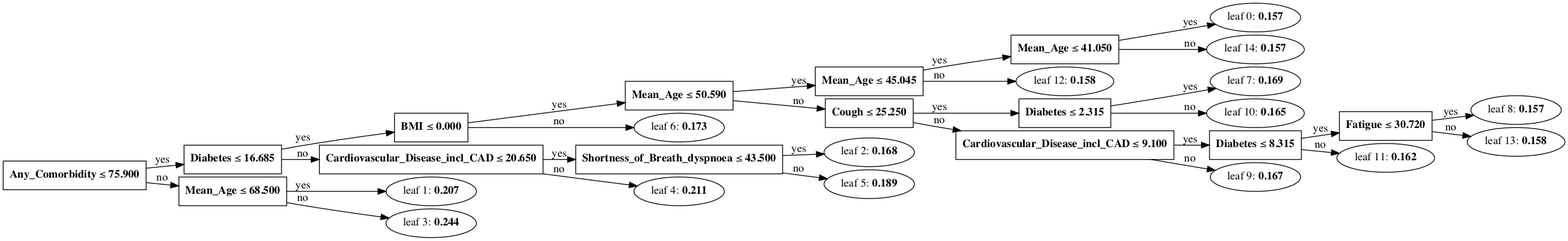
Above: Tree.gv.png in Natsuki0928/senior_project (Graphviz), before the change. Its source is kept beside it as Tree.gv.
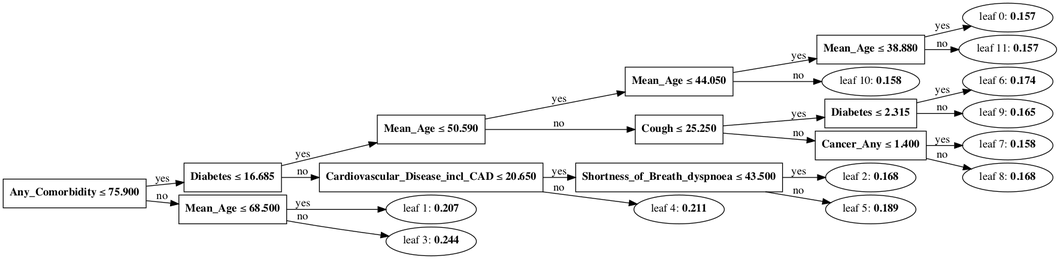
After the change.

Diff of the diagram source:
```diff
@@ -2,43 +2,31 @@
 	graph [nodesep=0.05 rankdir=LR ranksep=0.3]
 	split0 [label=<<B>Any_Comorbidity</B> &#8804; <B>75.900</B>> fillcolor=white shape=rectangle style=""]
 	split1 [label=<<B>Diabetes</B> &#8804; <B>16.685</B>> fillcolor=white shape=rectangle style=""]
-	split5 [label=<<B>BMI</B> &#8804; <B>0.000</B>> fillcolor=white shape=rectangle style=""]
-	split6 [label=<<B>Mean_Age</B> &#8804; <B>50.590</B>> fillcolor=white shape=rectangle style=""]
-	split11 [label=<<B>Mean_Age</B> &#8804; <B>45.045</B>> fillcolor=white shape=rectangle style=""]
-	split13 [label=<<B>Mean_Age</B> &#8804; <B>41.050</B>> fillcolor=white shape=rectangle style=""]
+	split5 [label=<<B>Mean_Age</B> &#8804; <B>50.590</B>> fillcolor=white shape=rectangle style=""]
+	split9 [label=<<B>Mean_Age</B> &#8804; <B>44.050</B>> fillcolor=white shape=rectangle style=""]
+	split10 [label=<<B>Mean_Age</B> &#8804; <B>38.880</B>> fillcolor=white shape=rectangle style=""]
 	leaf0 [label=<leaf 0: <B>0.157</B>>]
-	split13 -> leaf0 [label=yes]
-	leaf14 [label=<leaf 14: <B>0.157</B>>]
-	split13 -> leaf14 [label=no]
-	split11 -> split13 [label=yes]
-	leaf12 [label=<leaf 12: <B>0.158</B>>]
-	split11 -> leaf12 [label=no]
-	split6 -> split11 [label=yes]
-	split7 [label=<<B>Cough</B> &#8804; <B>25.250</B>> fillcolor=white shape=rectangle style=""]
-	split9 [label=<<B>Diabetes</B> &#8804; <B>2.315</B>> fillcolor=white shape=rectangle style=""]
-	leaf7 [label=<leaf 7: <B>0.169</B>>]
-	split9 -> leaf7 [label=yes]
-	leaf10 [label=<leaf 10: <B>0.165</B>>]
+	split10 -> leaf0 [label=yes]
+	leaf11 [label=<leaf 11: <B>0.157</B>>]
+	split10 -> leaf11 [label=no]
+	split9 -> split10 [label=yes]
+	leaf10 [label=<leaf 10: <B>0.158</B>>]
 	split9 -> leaf10 [label=no]
-	split7 -> split9 [label=yes]
-	split8 [label=<<B>Cardiovascular_Disease_incl_CAD</B> &#8804; <B>9.100</B>> fillcolor=white shape=rectangle style=""]
-	split10 [label=<<B>Diabetes</B> &#8804; <B>8.315</B>> fillcolor=white shape=rectangle style=""]
-	split12 [label=<<B>Fatigue</B> &#8804; <B>30.720</B>> fillcolor=white shape=rectangle style=""]
-	leaf8 [label=<leaf 8: <B>0.157</B>>]
-	split12 -> leaf8 [label=yes]
-	leaf13 [label=<leaf 13: <B>0.158</B>>]
-	split12 -> leaf13 [label=no]
-	split10 -> split12 [label=yes]
-	leaf11 [label=<leaf 11: <B>0.162</B>>]
-	split10 -> leaf11 [label=no]
-	split8 -> split10 [label=yes]
-	leaf9 [label=<leaf 9: <B>0.167</B>>]
+	split5 -> split9 [label=yes]
+	split6 [label=<<B>Cough</B> &#8804; <B>25.250</B>> fillcolor=white shape=rectangle style=""]
+	split8 [label=<<B>Diabetes</B> &#8804; <B>2.315</B>> fillcolor=white shape=rectangle style=""]
+	leaf6 [label=<leaf 6: <B>0.174</B>>]
+	split8 -> leaf6 [label=yes]
+	leaf9 [label=<leaf 9: <B>0.165</B>>]
 	split8 -> leaf9 [label=no]
-	split7 -> split8 [label=no]
+	split6 -> split8 [label=yes]
+	split7 [label=<<B>Cancer_Any</B> &#8804; <B>1.400</B>> fillcolor=white shape=rectangle style=""]
+	leaf7 [label=<leaf 7: <B>0.158</B>>]
+	split7 -> leaf7 [label=yes]
+	leaf8 [label=<leaf 8: <B>0.168</B>>]
+	split7 -> leaf8 [label=no]
 	split6 -> split7 [label=no]
-	split5 -> split6 [label=yes]
-	leaf6 [label=<leaf 6: <B>0.173</B>>]
-	split5 -> leaf6 [label=no]
+	split5 -> split6 [label=no]
 	split1 -> split5 [label=yes]
 	split3 [label=<<B>Cardiovascular_Disease_incl_CAD</B> &#8804; <B>20.650</B>> fillcolor=white shape=rectangle style=""]
 	split4 [label=<<B>Shortness_of_Breath_dyspnoea</B> &#8804; <B>43.500</B>> fillcolor=white shape=rectangle style=""]
```
